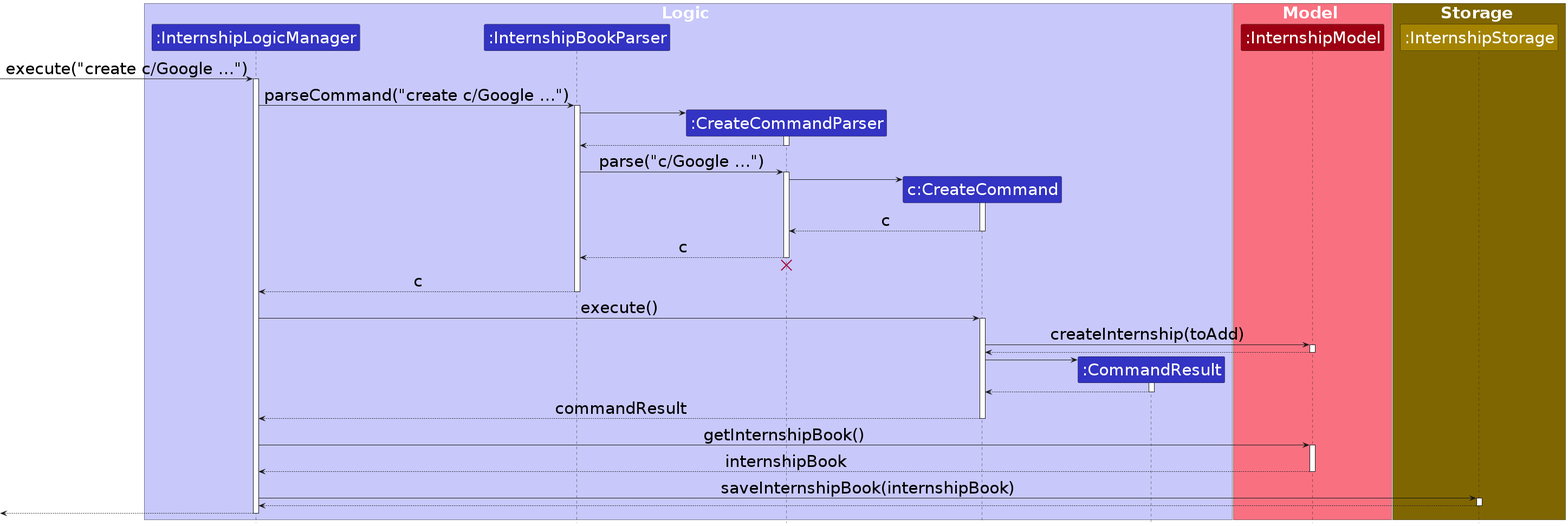
Earlier version of the PlantUML export diagrams/CreateSequenceDiagram.png (AY2324S1-CS2103T-W17-1/tp). Its source is kept beside it as diagrams/CreateSequenceDiagram.puml.
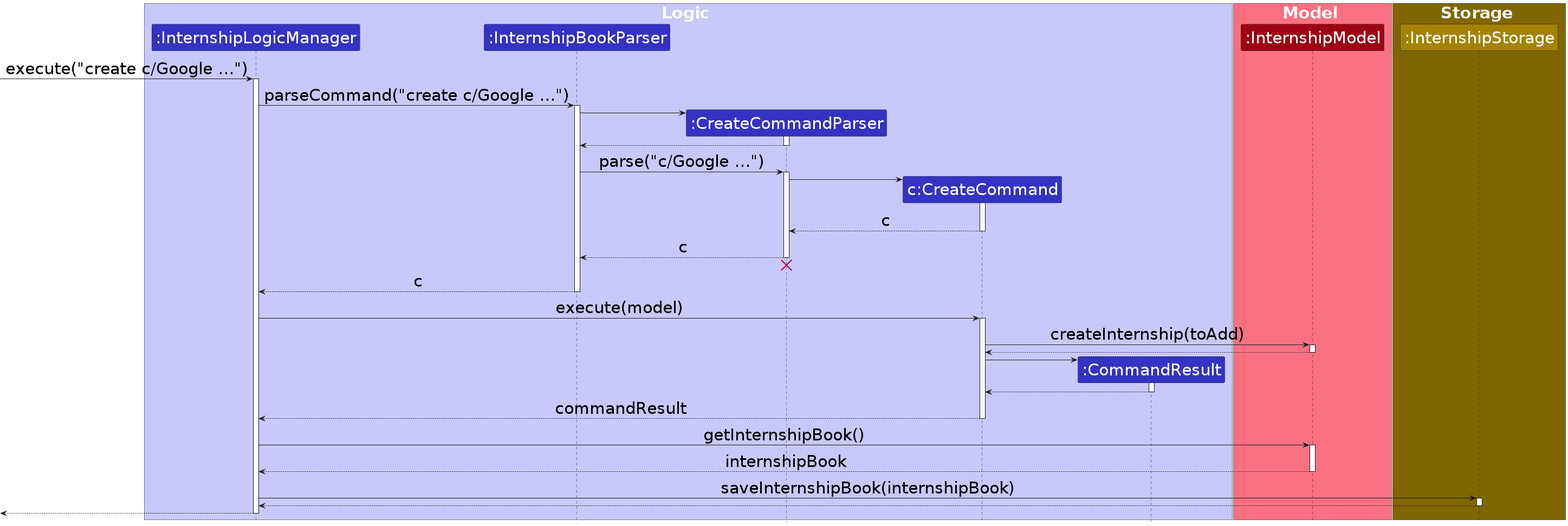
After the change.

What changed in the source:
```diff
@@ -50,7 +50,7 @@
 InternshipBookParser --> InternshipLogicManager : c
 deactivate InternshipBookParser
 
-InternshipLogicManager -> CreateCommand : execute()
+InternshipLogicManager -> CreateCommand : execute(model)
 activate CreateCommand
 
 CreateCommand -> InternshipModel : createInternship(toAdd)
```
